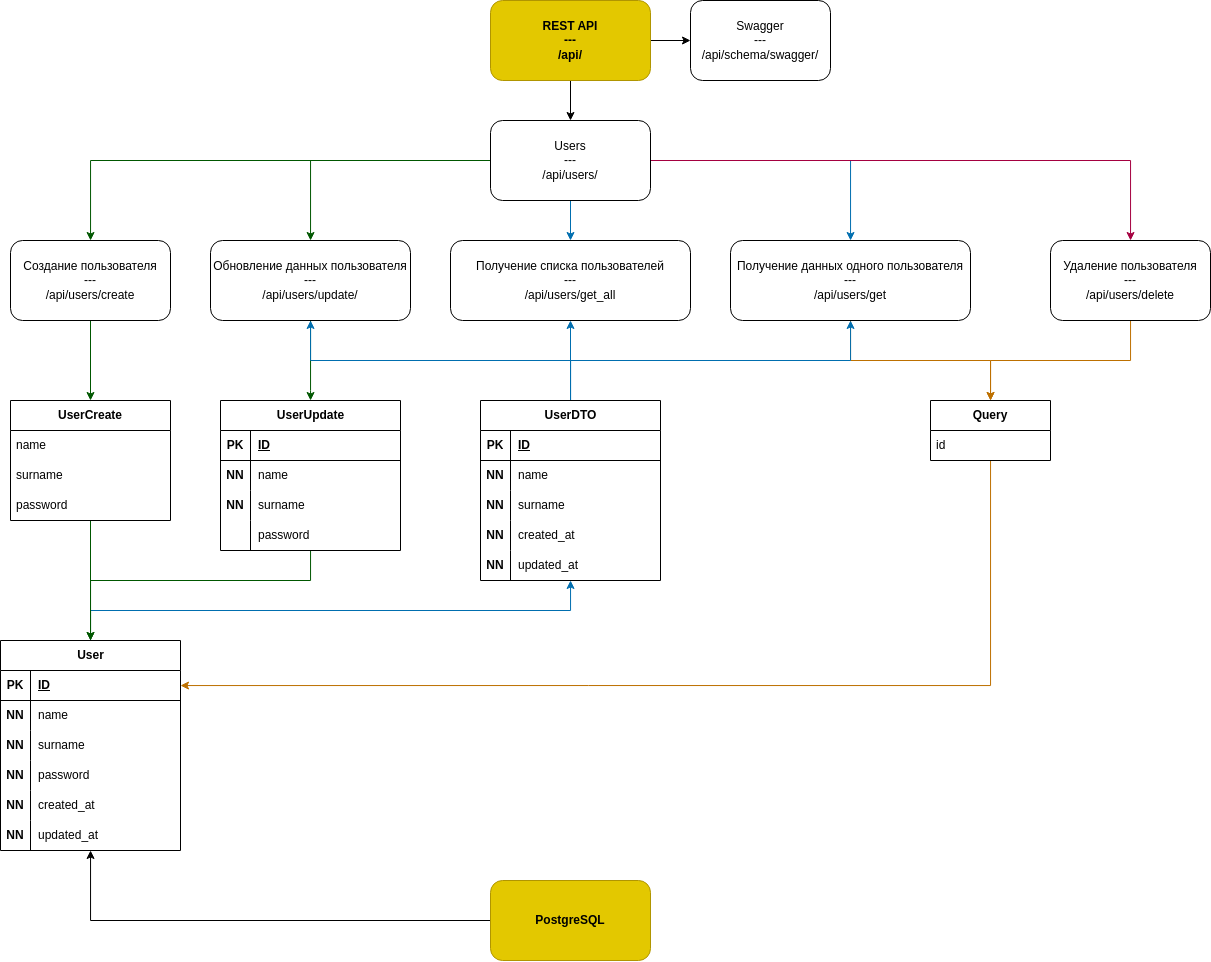
Above: data/Diagram.drawio.png in ames0k0/TT--Litestar--User-Management (draw.io), before the change. Source tidied: cells renumbered, new cells last; positions are measured from the earlier drawing's top-left corner, leaving out a move shared by most shapes.
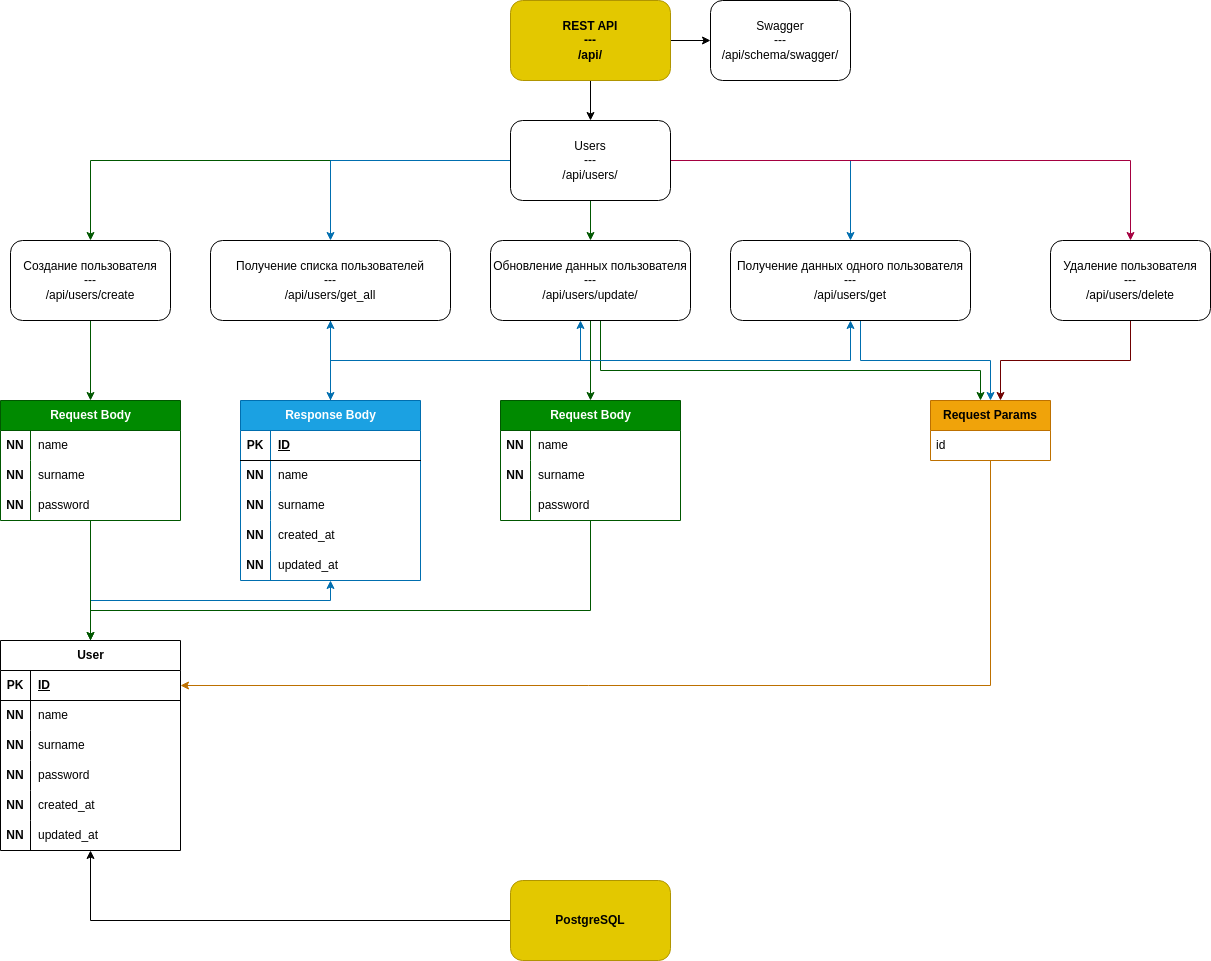
The same file after the commit.

Commit message:
backend: docs: Update Diagram

Diff of the diagram source:
```diff
@@ -5,8 +5,8 @@
     <mxCell id="2" style="edgeStyle=orthogonalEdgeStyle;rounded=0;jettySize=auto;html=1;fillColor=#1ba1e2;strokeColor=#006EAF;" parent="1" edge="1" source="3" target="44">
       <mxGeometry relative="1" as="geometry">
         <Array as="points">
-          <mxPoint x="90" y="610" />
-          <mxPoint x="570" y="610" />
+          <mxPoint x="90" y="600" />
+          <mxPoint x="330" y="600" />
         </Array>
       </mxGeometry>
     </mxCell>
@@ -74,14 +74,11 @@
       <mxGeometry relative="1" as="geometry" />
     </mxCell>
     <mxCell id="24" value="&lt;b&gt;REST API&lt;/b&gt;&lt;div&gt;&lt;b&gt;---&lt;/b&gt;&lt;/div&gt;&lt;div&gt;&lt;b&gt;/api/&lt;/b&gt;&lt;/div&gt;" style="rounded=1;whiteSpace=wrap;html=1;fillColor=#e3c800;fontColor=#000000;strokeColor=#B09500;" parent="1" vertex="1">
-      <mxGeometry x="490" width="160" height="80" as="geometry" />
+      <mxGeometry x="510" width="160" height="80" as="geometry" />
     </mxCell>
     <mxCell id="25" style="edgeStyle=orthogonalEdgeStyle;rounded=0;jettySize=auto;html=1;fillColor=#008a00;strokeColor=#005700;" parent="1" edge="1" source="30" target="32">
       <mxGeometry relative="1" as="geometry" />
     </mxCell>
-    <mxCell id="26" style="edgeStyle=orthogonalEdgeStyle;rounded=0;jettySize=auto;html=1;fillColor=#1ba1e2;strokeColor=#006EAF;" parent="1" edge="1" source="30" target="33">
-      <mxGeometry relative="1" as="geometry" />
-    </mxCell>
     <mxCell id="27" style="edgeStyle=orthogonalEdgeStyle;rounded=0;jettySize=auto;html=1;fillColor=#1ba1e2;strokeColor=#006EAF;" parent="1" edge="1" source="30" target="35">
       <mxGeometry relative="1" as="geometry" />
     </mxCell>
@@ -91,65 +88,84 @@
     <mxCell id="29" style="edgeStyle=orthogonalEdgeStyle;rounded=0;jettySize=auto;html=1;fillColor=#008a00;strokeColor=#005700;" parent="1" edge="1" source="30" target="37">
       <mxGeometry relative="1" as="geometry" />
     </mxCell>
+    <mxCell id="26" style="edgeStyle=orthogonalEdgeStyle;rounded=0;jettySize=auto;html=1;fillColor=#1ba1e2;strokeColor=#006EAF;" parent="1" edge="1" source="30" target="33">
+      <mxGeometry relative="1" as="geometry" />
+    </mxCell>
     <mxCell id="30" value="Users&lt;div&gt;---&lt;/div&gt;&lt;div&gt;/api/users/&lt;/div&gt;" style="whiteSpace=wrap;html=1;rounded=1;" parent="1" vertex="1">
-      <mxGeometry x="490" y="120" width="160" height="80" as="geometry" />
+      <mxGeometry x="510" y="120" width="160" height="80" as="geometry" />
     </mxCell>
-    <mxCell id="31" style="edgeStyle=orthogonalEdgeStyle;rounded=0;jettySize=auto;html=1;fillColor=#008a00;strokeColor=#005700;" parent="1" edge="1" source="32" target="61">
-      <mxGeometry relative="1" as="geometry" />
-    </mxCell>
+    <mxCell id="84" style="edgeStyle=orthogonalEdgeStyle;rounded=0;jettySize=auto;html=1;fillColor=#008a00;strokeColor=#005700;" parent="1" edge="1" source="32" target="88">
+      <mxGeometry relative="1" as="geometry" />
+    </mxCell>
     <mxCell id="32" value="Создание пользователя&lt;div&gt;---&lt;/div&gt;&lt;div&gt;/api/users/create&lt;/div&gt;" style="whiteSpace=wrap;html=1;rounded=1;" parent="1" vertex="1">
       <mxGeometry x="10" y="240" width="160" height="80" as="geometry" />
     </mxCell>
+    <mxCell id="85" style="edgeStyle=orthogonalEdgeStyle;rounded=0;jettySize=auto;html=1;fillColor=#1ba1e2;strokeColor=#006EAF;" parent="1" edge="1" source="33" target="44">
+      <mxGeometry relative="1" as="geometry" />
+    </mxCell>
     <mxCell id="33" value="Получение списка пользователей&lt;div&gt;---&lt;/div&gt;&lt;div&gt;/api/users/get_all&lt;/div&gt;" style="whiteSpace=wrap;html=1;rounded=1;" parent="1" vertex="1">
-      <mxGeometry x="450" y="240" width="240" height="80" as="geometry" />
+      <mxGeometry x="210" y="240" width="240" height="80" as="geometry" />
     </mxCell>
-    <mxCell id="34" style="edgeStyle=orthogonalEdgeStyle;rounded=0;jettySize=auto;html=1;fillColor=#f0a30a;strokeColor=#BD7000;" parent="1" edge="1" source="35" target="66">
-      <mxGeometry relative="1" as="geometry" />
+    <mxCell id="34" style="edgeStyle=orthogonalEdgeStyle;rounded=0;jettySize=auto;html=1;fillColor=#1ba1e2;strokeColor=#006EAF;" parent="1" edge="1" source="35" target="66">
+      <mxGeometry relative="1" as="geometry">
+        <Array as="points">
+          <mxPoint x="860" y="360" />
+          <mxPoint x="990" y="360" />
+        </Array>
+      </mxGeometry>
     </mxCell>
     <mxCell id="35" value="Получение данных одного пользователя&lt;div&gt;---&lt;/div&gt;&lt;div&gt;/api/users/get&lt;/div&gt;" style="whiteSpace=wrap;html=1;rounded=1;" parent="1" vertex="1">
       <mxGeometry x="730" y="240" width="240" height="80" as="geometry" />
     </mxCell>
     <mxCell id="36" style="edgeStyle=orthogonalEdgeStyle;rounded=0;jettySize=auto;html=1;fillColor=#008a00;strokeColor=#005700;" parent="1" edge="1" source="37" target="71">
-      <mxGeometry relative="1" as="geometry">
-        <Array as="points">
-          <mxPoint x="310" y="390" />
-          <mxPoint x="310" y="390" />
-        </Array>
-      </mxGeometry>
+      <mxGeometry relative="1" as="geometry" />
     </mxCell>
+    <mxCell id="86" style="edgeStyle=orthogonalEdgeStyle;rounded=0;jettySize=auto;html=1;fillColor=#008a00;strokeColor=#005700;" parent="1" edge="1" source="37" target="66">
+      <mxGeometry relative="1" as="geometry">
+        <Array as="points">
+          <mxPoint x="600" y="370" />
+          <mxPoint x="980" y="370" />
+        </Array>
+      </mxGeometry>
+    </mxCell>
     <mxCell id="37" value="Обновление данных пользователя&lt;div&gt;---&lt;/div&gt;&lt;div&gt;/api/users/update/&lt;/div&gt;" style="whiteSpace=wrap;html=1;rounded=1;" parent="1" vertex="1">
-      <mxGeometry x="210" y="240" width="200" height="80" as="geometry" />
+      <mxGeometry x="490" y="240" width="200" height="80" as="geometry" />
     </mxCell>
-    <mxCell id="38" style="edgeStyle=orthogonalEdgeStyle;rounded=0;jettySize=auto;html=1;fillColor=#f0a30a;strokeColor=#BD7000;" parent="1" edge="1" source="39" target="66">
-      <mxGeometry relative="1" as="geometry" />
+    <mxCell id="38" style="edgeStyle=orthogonalEdgeStyle;rounded=0;jettySize=auto;html=1;fillColor=#a20025;strokeColor=#6F0000;" parent="1" edge="1" source="39" target="66">
+      <mxGeometry relative="1" as="geometry">
+        <Array as="points">
+          <mxPoint x="1130" y="360" />
+          <mxPoint x="1000" y="360" />
+        </Array>
+      </mxGeometry>
     </mxCell>
     <mxCell id="39" value="Удаление пользователя&lt;div&gt;---&lt;/div&gt;&lt;div&gt;/api/users/delete&lt;/div&gt;" style="whiteSpace=wrap;html=1;rounded=1;" parent="1" vertex="1">
       <mxGeometry x="1050" y="240" width="160" height="80" as="geometry" />
     </mxCell>
     <mxCell id="40" value="Swagger&lt;div&gt;---&lt;/div&gt;&lt;div&gt;/api/schema/swagger/&lt;/div&gt;" style="whiteSpace=wrap;html=1;rounded=1;" parent="1" vertex="1">
-      <mxGeometry x="690" width="140" height="80" as="geometry" />
+      <mxGeometry x="710" width="140" height="80" as="geometry" />
     </mxCell>
+    <mxCell id="43" style="edgeStyle=orthogonalEdgeStyle;rounded=0;jettySize=auto;html=1;fillColor=#1ba1e2;strokeColor=#006EAF;" parent="1" edge="1" source="44" target="37">
+      <mxGeometry relative="1" as="geometry">
+        <Array as="points">
+          <mxPoint x="330" y="360" />
+          <mxPoint x="580" y="360" />
+        </Array>
+      </mxGeometry>
+    </mxCell>
+    <mxCell id="42" style="edgeStyle=orthogonalEdgeStyle;rounded=0;jettySize=auto;html=1;fillColor=#1ba1e2;strokeColor=#006EAF;" parent="1" edge="1" source="44" target="35">
+      <mxGeometry relative="1" as="geometry">
+        <Array as="points">
+          <mxPoint x="330" y="360" />
+          <mxPoint x="850" y="360" />
+        </Array>
+      </mxGeometry>
+    </mxCell>
     <mxCell id="41" style="edgeStyle=orthogonalEdgeStyle;rounded=0;jettySize=auto;html=1;fillColor=#1ba1e2;strokeColor=#006EAF;" parent="1" edge="1" source="44" target="33">
       <mxGeometry relative="1" as="geometry" />
     </mxCell>
-    <mxCell id="42" style="edgeStyle=orthogonalEdgeStyle;rounded=0;jettySize=auto;html=1;fillColor=#1ba1e2;strokeColor=#006EAF;" parent="1" edge="1" source="44" target="35">
-      <mxGeometry relative="1" as="geometry">
-        <Array as="points">
-          <mxPoint x="570" y="360" />
-          <mxPoint x="850" y="360" />
-        </Array>
-      </mxGeometry>
-    </mxCell>
-    <mxCell id="43" style="edgeStyle=orthogonalEdgeStyle;rounded=0;jettySize=auto;html=1;fillColor=#1ba1e2;strokeColor=#006EAF;" parent="1" edge="1" source="44" target="37">
-      <mxGeometry relative="1" as="geometry">
-        <Array as="points">
-          <mxPoint x="570" y="360" />
-          <mxPoint x="310" y="360" />
-        </Array>
-      </mxGeometry>
-    </mxCell>
-    <mxCell id="44" value="UserDTO" style="shape=table;startSize=30;rowLines=0;fontStyle=1;align=center;html=1;" parent="1" vertex="1">
-      <mxGeometry x="480" y="400" width="180" height="180" as="geometry" />
+    <mxCell id="44" value="Response Body" style="shape=table;startSize=30;rowLines=0;fontStyle=1;align=center;html=1;fillColor=#1ba1e2;fontColor=#ffffff;strokeColor=#006EAF;" parent="1" vertex="1">
+      <mxGeometry x="240" y="400" width="180" height="180" as="geometry" />
     </mxCell>
     <mxCell id="45" style="shape=tableRow;horizontal=0;startSize=0;swimlaneHead=0;swimlaneBody=0;fillColor=none;top=0;left=0;right=0;bottom=1;" parent="44" vertex="1">
       <mxGeometry y="30" width="180" height="30" as="geometry" />
@@ -196,25 +212,10 @@
     <mxCell id="59" value="updated_at" style="shape=partialRectangle;fillColor=none;top=0;left=0;bottom=0;right=0;align=left;spacingLeft=6;overflow=hidden;whiteSpace=wrap;html=1;" parent="57" vertex="1">
       <mxGeometry x="30" width="150" height="30" as="geometry" />
     </mxCell>
-    <mxCell id="60" style="edgeStyle=orthogonalEdgeStyle;rounded=0;jettySize=auto;html=1;fillColor=#008a00;strokeColor=#005700;" parent="1" edge="1" source="61" target="3">
-      <mxGeometry relative="1" as="geometry" />
-    </mxCell>
-    <mxCell id="61" value="&lt;span style=&quot;font-weight: 700; text-wrap-mode: nowrap;&quot;&gt;UserCreate&lt;/span&gt;" style="swimlane;fontStyle=0;horizontal=1;startSize=30;whiteSpace=wrap;html=1;" parent="1" vertex="1">
-      <mxGeometry x="10" y="400" width="160" height="120" as="geometry" />
-    </mxCell>
-    <mxCell id="62" value="name" style="text;strokeColor=none;fillColor=none;align=left;verticalAlign=middle;spacingLeft=4;spacingRight=4;overflow=hidden;whiteSpace=wrap;html=1;" parent="61" vertex="1">
-      <mxGeometry y="30" width="160" height="30" as="geometry" />
-    </mxCell>
-    <mxCell id="63" value="surname" style="text;strokeColor=none;fillColor=none;align=left;verticalAlign=middle;spacingLeft=4;spacingRight=4;overflow=hidden;whiteSpace=wrap;html=1;" parent="61" vertex="1">
-      <mxGeometry y="60" width="160" height="30" as="geometry" />
-    </mxCell>
-    <mxCell id="64" value="password" style="text;strokeColor=none;fillColor=none;align=left;verticalAlign=middle;spacingLeft=4;spacingRight=4;overflow=hidden;whiteSpace=wrap;html=1;" parent="61" vertex="1">
-      <mxGeometry y="90" width="160" height="30" as="geometry" />
-    </mxCell>
     <mxCell id="65" style="edgeStyle=orthogonalEdgeStyle;rounded=0;jettySize=auto;html=1;fillColor=#f0a30a;strokeColor=#BD7000;" parent="1" edge="1" source="66" target="4">
       <mxGeometry relative="1" as="geometry" />
     </mxCell>
-    <mxCell id="66" value="&lt;span style=&quot;font-weight: 700; text-wrap-mode: nowrap;&quot;&gt;Query&lt;/span&gt;" style="swimlane;fontStyle=0;horizontal=1;startSize=30;whiteSpace=wrap;html=1;" parent="1" vertex="1">
+    <mxCell id="66" value="&lt;span style=&quot;font-weight: 700; text-wrap-mode: nowrap;&quot;&gt;Request Params&lt;/span&gt;" style="swimlane;fontStyle=0;horizontal=1;startSize=30;whiteSpace=wrap;html=1;fillColor=#f0a30a;fontColor=#000000;strokeColor=#BD7000;" parent="1" vertex="1">
       <mxGeometry x="930" y="400" width="120" height="60" as="geometry" />
     </mxCell>
     <mxCell id="67" value="id" style="text;strokeColor=none;fillColor=none;align=left;verticalAlign=middle;spacingLeft=4;spacingRight=4;overflow=hidden;whiteSpace=wrap;html=1;" parent="66" vertex="1">
@@ -224,30 +225,21 @@
       <mxGeometry relative="1" as="geometry" />
     </mxCell>
     <mxCell id="69" value="&lt;b&gt;PostgreSQL&lt;/b&gt;" style="rounded=1;whiteSpace=wrap;html=1;fillColor=#e3c800;fontColor=#000000;strokeColor=#B09500;" parent="1" vertex="1">
-      <mxGeometry x="490" y="880" width="160" height="80" as="geometry" />
+      <mxGeometry x="510" y="880" width="160" height="80" as="geometry" />
     </mxCell>
     <mxCell id="70" style="edgeStyle=orthogonalEdgeStyle;rounded=0;jettySize=auto;html=1;fillColor=#008a00;strokeColor=#005700;" parent="1" edge="1" source="71" target="3">
       <mxGeometry relative="1" as="geometry">
         <Array as="points">
-          <mxPoint x="310" y="580" />
-          <mxPoint x="90" y="580" />
+          <mxPoint x="590" y="610" />
+          <mxPoint x="90" y="610" />
         </Array>
       </mxGeometry>
     </mxCell>
-    <mxCell id="71" value="UserUpdate" style="shape=table;startSize=30;rowLines=0;fontStyle=1;align=center;html=1;" parent="1" vertex="1">
-      <mxGeometry x="220" y="400" width="180" height="150" as="geometry" />
+    <mxCell id="71" value="Request Body" style="shape=table;startSize=30;rowLines=0;fontStyle=1;align=center;html=1;fillColor=#008a00;fontColor=#ffffff;strokeColor=#005700;" parent="1" vertex="1">
+      <mxGeometry x="500" y="400" width="180" height="120" as="geometry" />
     </mxCell>
-    <mxCell id="72" style="shape=tableRow;horizontal=0;startSize=0;swimlaneHead=0;swimlaneBody=0;fillColor=none;top=0;left=0;right=0;bottom=1;" parent="71" vertex="1">
-      <mxGeometry y="30" width="180" height="30" as="geometry" />
-    </mxCell>
-    <mxCell id="73" value="PK" style="shape=partialRectangle;fillColor=none;top=0;left=0;bottom=0;right=0;fontStyle=1;overflow=hidden;whiteSpace=wrap;html=1;" parent="72" vertex="1">
-      <mxGeometry width="30" height="30" as="geometry" />
-    </mxCell>
-    <mxCell id="74" value="ID" style="shape=partialRectangle;fillColor=none;top=0;left=0;bottom=0;right=0;align=left;spacingLeft=6;fontStyle=5;overflow=hidden;whiteSpace=wrap;html=1;" parent="72" vertex="1">
-      <mxGeometry x="30" width="150" height="30" as="geometry" />
-    </mxCell>
     <mxCell id="75" style="shape=tableRow;horizontal=0;startSize=0;swimlaneHead=0;swimlaneBody=0;fillColor=none;top=0;left=0;right=0;bottom=0;" parent="71" vertex="1">
-      <mxGeometry y="60" width="180" height="30" as="geometry" />
+      <mxGeometry y="30" width="180" height="30" as="geometry" />
     </mxCell>
     <mxCell id="76" value="&lt;b&gt;NN&lt;/b&gt;" style="shape=partialRectangle;fillColor=none;top=0;left=0;bottom=0;right=0;overflow=hidden;whiteSpace=wrap;html=1;" parent="75" vertex="1">
       <mxGeometry width="30" height="30" as="geometry" />
@@ -256,7 +248,7 @@
       <mxGeometry x="30" width="150" height="30" as="geometry" />
     </mxCell>
     <mxCell id="78" style="shape=tableRow;horizontal=0;startSize=0;swimlaneHead=0;swimlaneBody=0;fillColor=none;top=0;left=0;right=0;bottom=0;" parent="71" vertex="1">
-      <mxGeometry y="90" width="180" height="30" as="geometry" />
+      <mxGeometry y="60" width="180" height="30" as="geometry" />
     </mxCell>
     <mxCell id="79" value="&lt;b&gt;NN&lt;/b&gt;" style="shape=partialRectangle;fillColor=none;top=0;left=0;bottom=0;right=0;overflow=hidden;whiteSpace=wrap;html=1;" parent="78" vertex="1">
       <mxGeometry width="30" height="30" as="geometry" />
@@ -265,7 +257,7 @@
       <mxGeometry x="30" width="150" height="30" as="geometry" />
     </mxCell>
     <mxCell id="81" style="shape=tableRow;horizontal=0;startSize=0;swimlaneHead=0;swimlaneBody=0;fillColor=none;top=0;left=0;right=0;bottom=0;" parent="71" vertex="1">
-      <mxGeometry y="120" width="180" height="30" as="geometry" />
+      <mxGeometry y="90" width="180" height="30" as="geometry" />
     </mxCell>
     <mxCell id="82" style="shape=partialRectangle;fillColor=none;top=0;left=0;bottom=0;right=0;overflow=hidden;whiteSpace=wrap;html=1;" parent="81" vertex="1">
       <mxGeometry width="30" height="30" as="geometry" />
@@ -273,5 +265,38 @@
     <mxCell id="83" value="password" style="shape=partialRectangle;fillColor=none;top=0;left=0;bottom=0;right=0;align=left;spacingLeft=6;overflow=hidden;whiteSpace=wrap;html=1;" parent="81" vertex="1">
       <mxGeometry x="30" width="150" height="30" as="geometry" />
     </mxCell>
+    <mxCell id="87" style="edgeStyle=orthogonalEdgeStyle;rounded=0;jettySize=auto;html=1;fillColor=#008a00;strokeColor=#005700;" parent="1" edge="1" source="88" target="3">
+      <mxGeometry relative="1" as="geometry" />
+    </mxCell>
+    <mxCell id="88" value="Request Body" style="shape=table;startSize=30;rowLines=0;fontStyle=1;align=center;html=1;fillColor=#008a00;fontColor=#ffffff;strokeColor=#005700;" parent="1" vertex="1">
+      <mxGeometry y="400" width="180" height="120" as="geometry" />
+    </mxCell>
+    <mxCell id="89" style="shape=tableRow;horizontal=0;startSize=0;swimlaneHead=0;swimlaneBody=0;fillColor=none;top=0;left=0;right=0;bottom=0;" parent="88" vertex="1">
+      <mxGeometry y="30" width="180" height="30" as="geometry" />
+    </mxCell>
+    <mxCell id="90" value="&lt;b&gt;NN&lt;/b&gt;" style="shape=partialRectangle;fillColor=none;top=0;left=0;bottom=0;right=0;overflow=hidden;whiteSpace=wrap;html=1;" parent="89" vertex="1">
+      <mxGeometry width="30" height="30" as="geometry" />
+    </mxCell>
+    <mxCell id="62" value="name" style="shape=partialRectangle;fillColor=none;top=0;left=0;bottom=0;right=0;align=left;spacingLeft=6;overflow=hidden;whiteSpace=wrap;html=1;" parent="89" vertex="1">
+      <mxGeometry x="30" width="150" height="30" as="geometry" />
+    </mxCell>
+    <mxCell id="91" style="shape=tableRow;horizontal=0;startSize=0;swimlaneHead=0;swimlaneBody=0;fillColor=none;top=0;left=0;right=0;bottom=0;" parent="88" vertex="1">
+      <mxGeometry y="60" width="180" height="30" as="geometry" />
+    </mxCell>
+    <mxCell id="92" value="&lt;b&gt;NN&lt;/b&gt;" style="shape=partialRectangle;fillColor=none;top=0;left=0;bottom=0;right=0;overflow=hidden;whiteSpace=wrap;html=1;" parent="91" vertex="1">
+      <mxGeometry width="30" height="30" as="geometry" />
+    </mxCell>
+    <mxCell id="63" value="surname" style="shape=partialRectangle;fillColor=none;top=0;left=0;bottom=0;right=0;align=left;spacingLeft=6;overflow=hidden;whiteSpace=wrap;html=1;" parent="91" vertex="1">
+      <mxGeometry x="30" width="150" height="30" as="geometry" />
+    </mxCell>
+    <mxCell id="93" style="shape=tableRow;horizontal=0;startSize=0;swimlaneHead=0;swimlaneBody=0;fillColor=none;top=0;left=0;right=0;bottom=0;" parent="88" vertex="1">
+      <mxGeometry y="90" width="180" height="30" as="geometry" />
+    </mxCell>
+    <mxCell id="94" value="&lt;b&gt;NN&lt;/b&gt;" style="shape=partialRectangle;fillColor=none;top=0;left=0;bottom=0;right=0;overflow=hidden;whiteSpace=wrap;html=1;" parent="93" vertex="1">
+      <mxGeometry width="30" height="30" as="geometry" />
+    </mxCell>
+    <mxCell id="64" value="password" style="shape=partialRectangle;fillColor=none;top=0;left=0;bottom=0;right=0;align=left;spacingLeft=6;overflow=hidden;whiteSpace=wrap;html=1;" parent="93" vertex="1">
+      <mxGeometry x="30" width="150" height="30" as="geometry" />
+    </mxCell>
   </root>
 </mxGraphModel>
```
